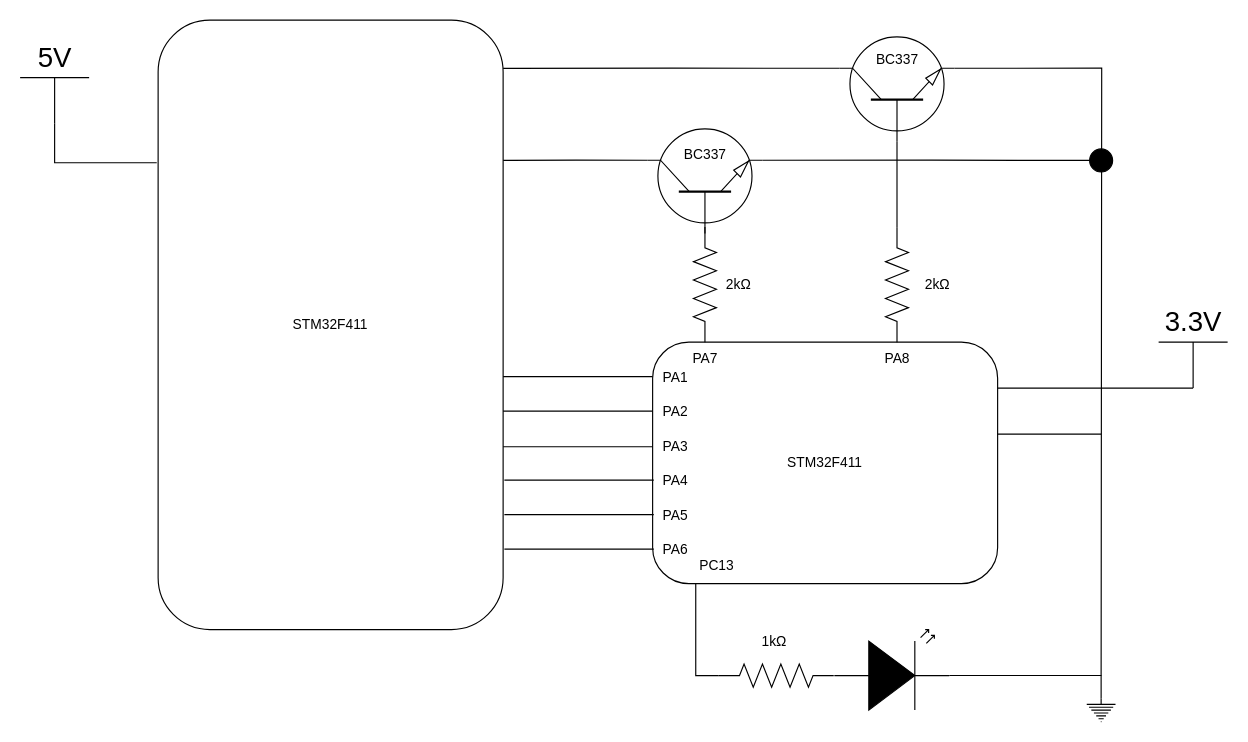
Above: Diagrammen/Aansluit schema's/RC-Ontvanger.drawio in AquaStorm-Official/Resources (draw.io), before the change. Source tidied: cells renumbered, new cells numbered last; positions are measured from the earlier drawing's top-left corner, leaving out a move shared by most shapes. Both pictures are drawn from the tidied source at 115%, with x=0, y=0 at pixel (20, 20).
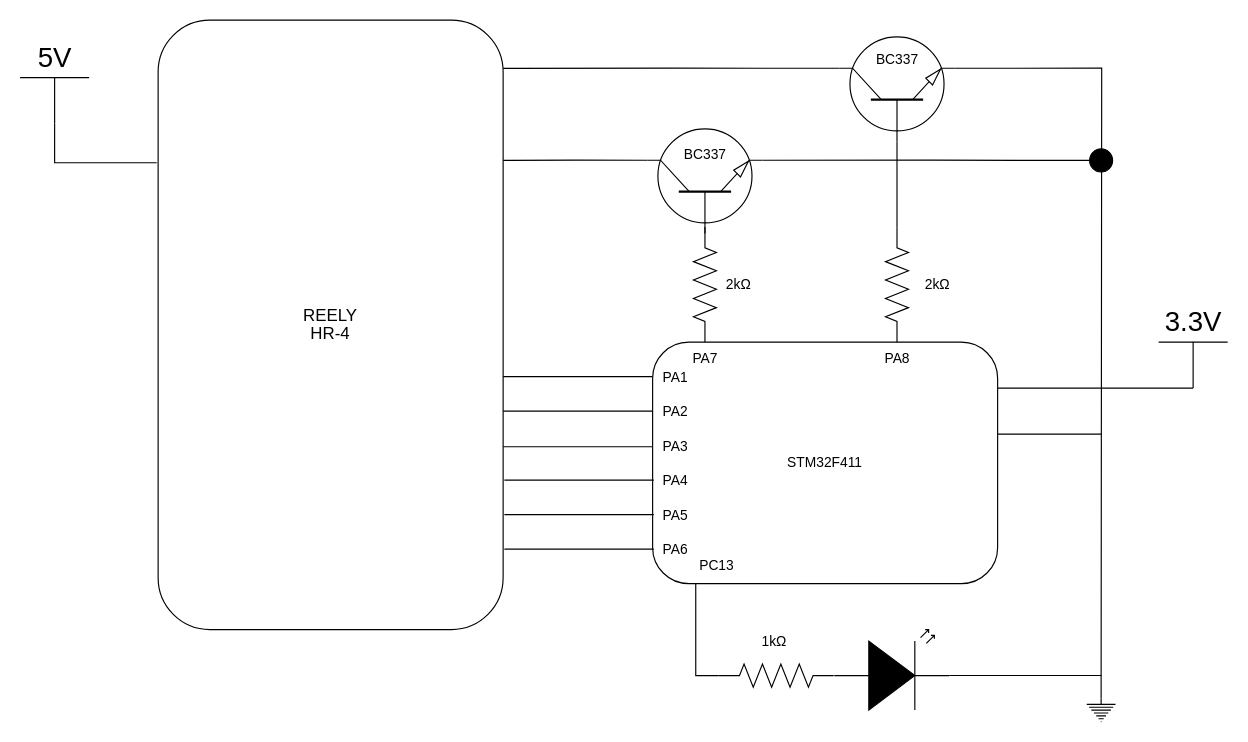
The same diagram, later.

Commit message (it also covers changes not shown here):
Aangepaste schema's

Change to the diagram source:
```diff
@@
-    <mxCell id="12" value="STM32F411" style="rounded=1;whiteSpace=wrap;html=1;" parent="1" vertex="1">
+    <mxCell id="12" value="&lt;span lang=&quot;NL&quot; style=&quot;font-size: 11.0pt ; line-height: 107% ; font-family: &amp;#34;calibri&amp;#34; , sans-serif&quot;&gt;REELY&lt;br/&gt;HR-4&lt;/span&gt;" style="rounded=1;whiteSpace=wrap;html=1;" parent="1" vertex="1">
       <mxGeometry x="120" width="300" height="530" as="geometry" />
     </mxCell>
```
